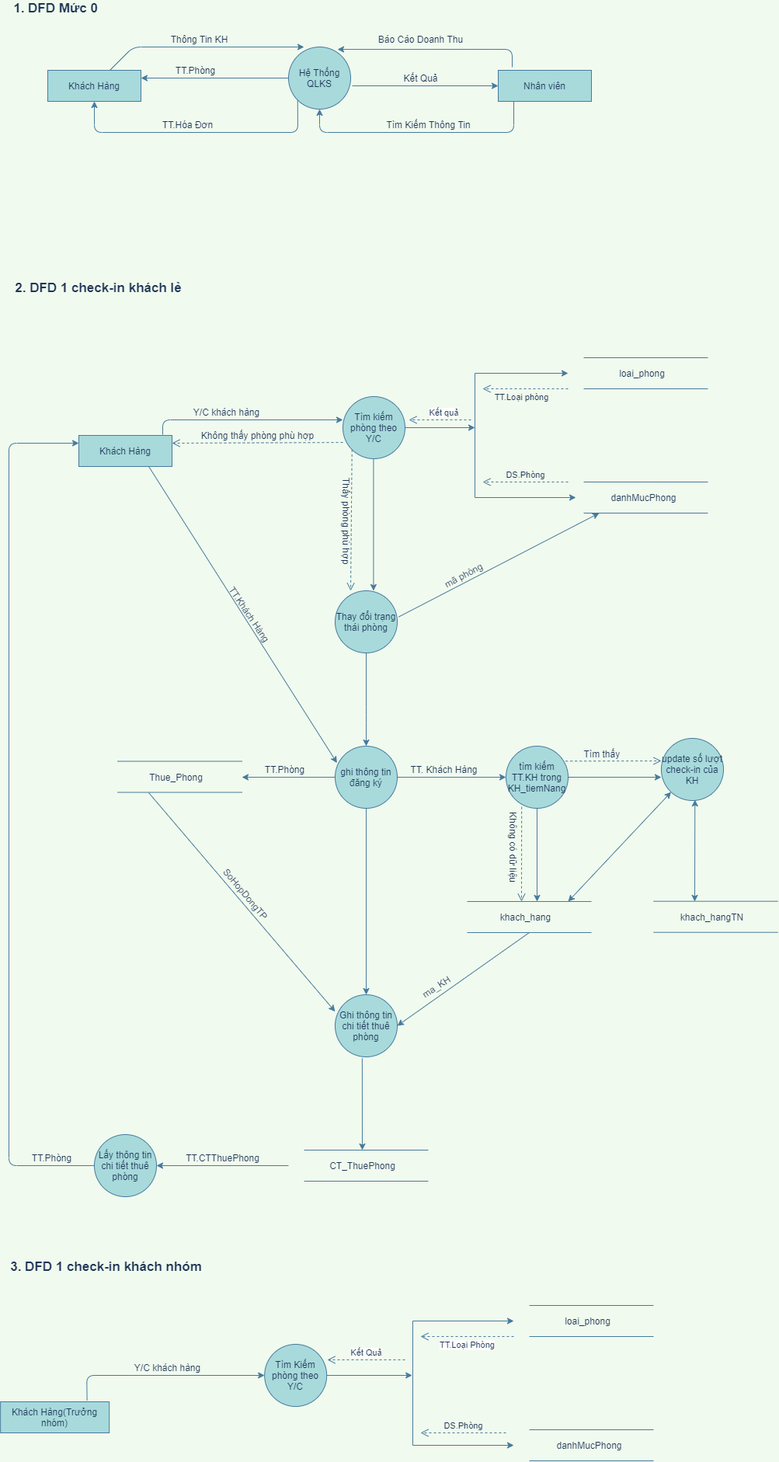
Earlier version of the draw.io export DFD-hotel.png (maialino123/QLKS). Source tidied: cells renumbered, new cells last; positions are measured from the earlier drawing's top-left corner, leaving out a move shared by most shapes.
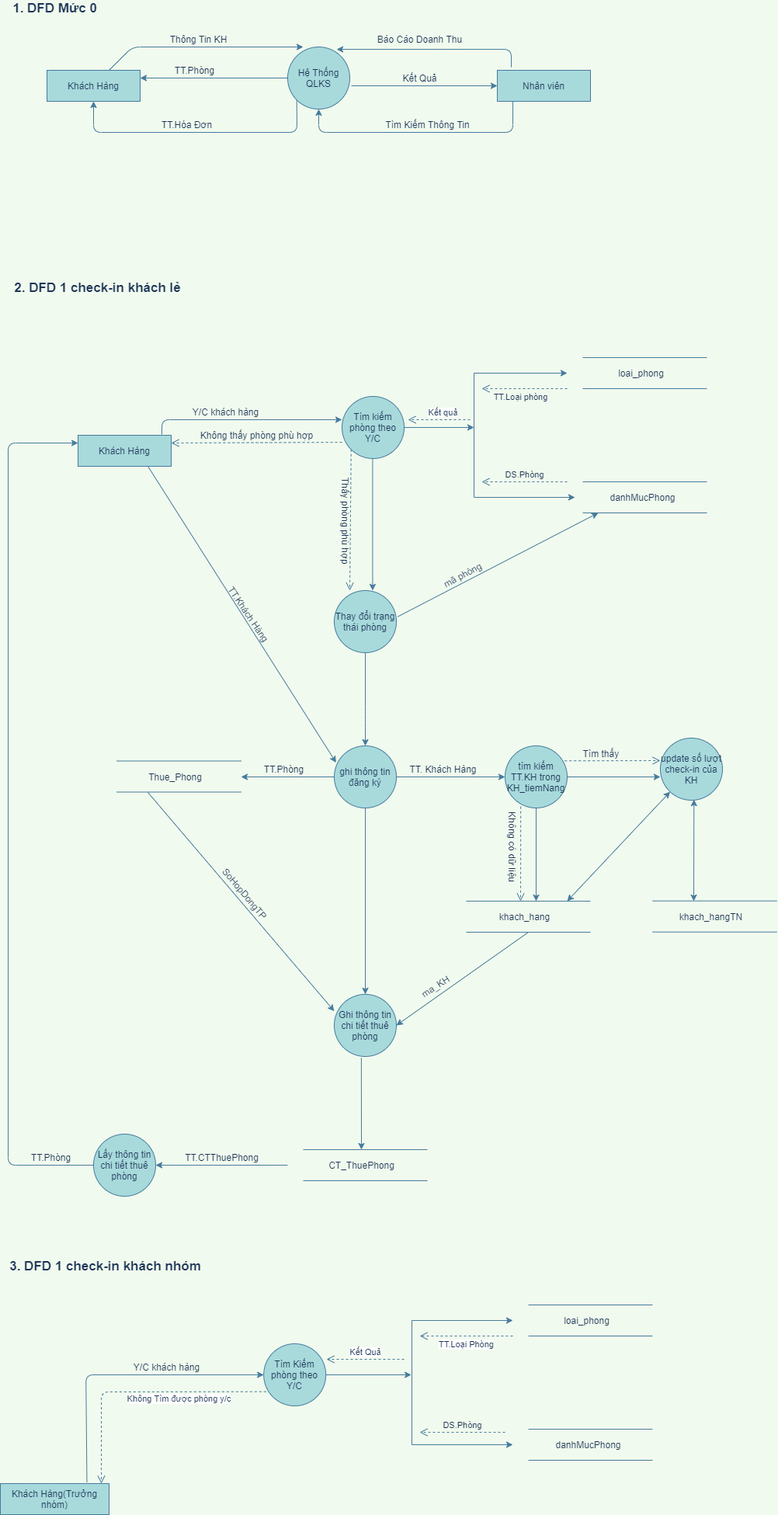
After the commit.

Change to the diagram source:
```diff
@@ -361,7 +361,7 @@
       <mxGeometry x="6" y="1620" width="260" height="20" as="geometry" />
     </mxCell>
     <mxCell id="83" value="Khách Hàng(Trưởng nhóm)" style="rounded=0;whiteSpace=wrap;html=1;sketch=0;strokeColor=#457B9D;fillColor=#A8DADC;fontColor=#1D3557;" parent="1" vertex="1">
-      <mxGeometry x="0.2" y="1804" width="140" height="40" as="geometry" />
+      <mxGeometry x="1" y="1910" width="140" height="40" as="geometry" />
     </mxCell>
     <mxCell id="84" style="endArrow=classic;html=1;strokeColor=#457B9D;fillColor=#A8DADC;fontColor=#1D3557;exitX=0.796;exitY=-0.037;exitDx=0;exitDy=0;exitPerimeter=0;" parent="1" edge="1" source="83">
       <mxGeometry relative="1" as="geometry">
@@ -471,5 +471,13 @@
         <mxPoint x="421" y="1750" as="targetPoint" />
       </mxGeometry>
     </mxCell>
+    <mxCell id="104" value="Không Tìm được phòng y/c" style="html=1;verticalAlign=bottom;endArrow=open;dashed=1;endSize=8;strokeColor=#457B9D;fillColor=#A8DADC;fontColor=#1D3557;exitX=0.04;exitY=0.771;exitDx=0;exitDy=0;exitPerimeter=0;" parent="1" edge="1" source="86">
+      <mxGeometry x="-0.32" y="18" relative="1" as="geometry">
+        <mxPoint x="131" y="1910" as="targetPoint" />
+        <Array as="points">
+          <mxPoint x="131" y="1792" />
+        </Array>
+      </mxGeometry>
+    </mxCell>
   </root>
 </mxGraphModel>
```
